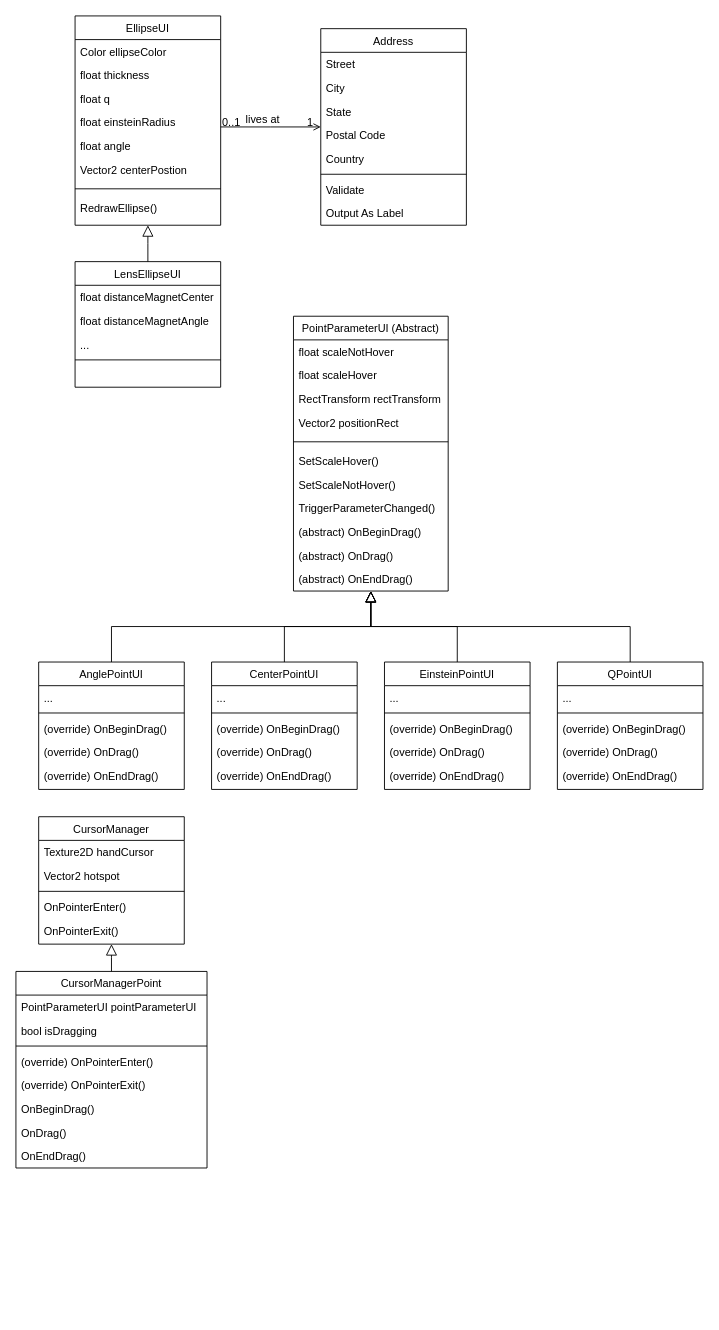
This is IGLOO_Diagram.drawio from shoutizix/DiagramIGLOO, a draw.io file, before an edit. Source tidied: cells renumbered, new cells numbered last; positions are measured from the earlier drawing's top-left corner, leaving out a move shared by most shapes. Both pictures are drawn from the tidied source at 91%, with x=0, y=0 at pixel (15, 15).
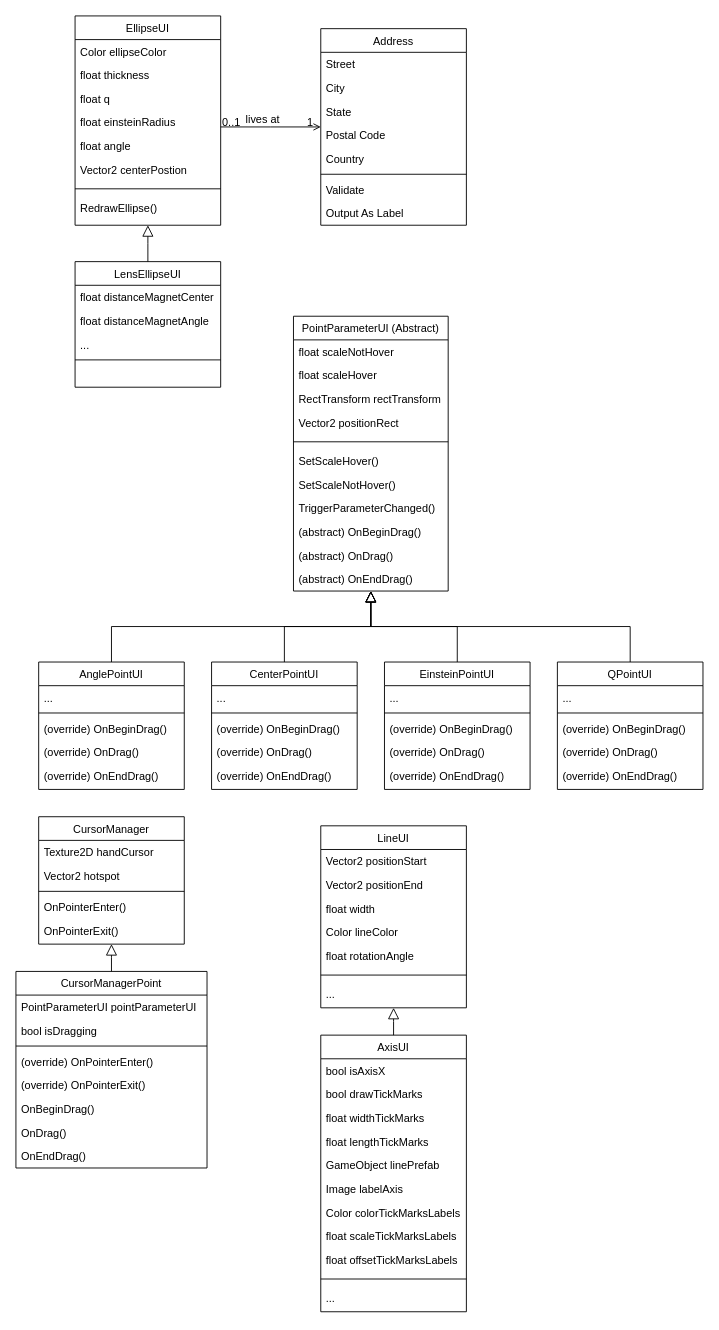
Above is the later version.

Commit message:
LineUI + AxisUI

What changed in the source:
```diff
@@
+    <mxCell id="86" value="LineUI" style="swimlane;fontStyle=0;align=center;verticalAlign=top;horizontal=1;startSize=26;rounded=0;shadow=0;strokeWidth=1;" parent="1" vertex="1">
+      <mxGeometry x="335" y="890" width="160" height="200" as="geometry" />
+    </mxCell>
+    <mxCell id="87" value="Vector2 positionStart" style="text;align=left;verticalAlign=top;spacingLeft=4;spacingRight=4;overflow=hidden;rounded=0;shadow=0;html=0;" parent="86" vertex="1">
+      <mxGeometry y="26" width="160" height="26" as="geometry" />
+    </mxCell>
+    <mxCell id="88" value="Vector2 positionEnd" style="text;align=left;verticalAlign=top;spacingLeft=4;spacingRight=4;overflow=hidden;rounded=0;shadow=0;html=0;" parent="86" vertex="1">
+      <mxGeometry y="52" width="160" height="26" as="geometry" />
+    </mxCell>
+    <mxCell id="89" value="float width" style="text;align=left;verticalAlign=top;spacingLeft=4;spacingRight=4;overflow=hidden;rounded=0;shadow=0;html=0;" parent="86" vertex="1">
+      <mxGeometry y="78" width="160" height="26" as="geometry" />
+    </mxCell>
+    <mxCell id="90" value="Color lineColor" style="text;align=left;verticalAlign=top;spacingLeft=4;spacingRight=4;overflow=hidden;" parent="86" vertex="1">
+      <mxGeometry y="104" width="160" height="26" as="geometry" />
+    </mxCell>
+    <mxCell id="91" value="float rotationAngle" style="text;align=left;verticalAlign=top;spacingLeft=4;spacingRight=4;overflow=hidden;rounded=0;shadow=0;html=0;" parent="86" vertex="1">
+      <mxGeometry y="130" width="160" height="26" as="geometry" />
+    </mxCell>
+    <mxCell id="92" style="line;html=1;strokeWidth=1;align=left;verticalAlign=middle;spacingTop=-1;spacingLeft=3;spacingRight=3;labelPosition=right;" parent="86" vertex="1">
+      <mxGeometry y="156" width="160" height="16" as="geometry" />
+    </mxCell>
+    <mxCell id="93" value="..." style="text;align=left;verticalAlign=top;spacingLeft=4;spacingRight=4;overflow=hidden;" parent="86" vertex="1">
+      <mxGeometry y="172" width="160" height="28" as="geometry" />
+    </mxCell>
+    <mxCell id="94" value="AxisUI" style="swimlane;fontStyle=0;align=center;verticalAlign=top;horizontal=1;startSize=26;rounded=0;shadow=0;strokeWidth=1;" parent="1" vertex="1">
+      <mxGeometry x="335" y="1120" width="160" height="304" as="geometry" />
+    </mxCell>
+    <mxCell id="95" value="bool isAxisX" style="text;align=left;verticalAlign=top;spacingLeft=4;spacingRight=4;overflow=hidden;rounded=0;shadow=0;html=0;" parent="94" vertex="1">
+      <mxGeometry y="26" width="160" height="26" as="geometry" />
+    </mxCell>
+    <mxCell id="96" value="bool drawTickMarks" style="text;align=left;verticalAlign=top;spacingLeft=4;spacingRight=4;overflow=hidden;rounded=0;shadow=0;html=0;" parent="94" vertex="1">
+      <mxGeometry y="52" width="160" height="26" as="geometry" />
+    </mxCell>
+    <mxCell id="97" value="float widthTickMarks" style="text;align=left;verticalAlign=top;spacingLeft=4;spacingRight=4;overflow=hidden;rounded=0;shadow=0;html=0;" parent="94" vertex="1">
+      <mxGeometry y="78" width="160" height="26" as="geometry" />
+    </mxCell>
+    <mxCell id="98" value="float lengthTickMarks" style="text;align=left;verticalAlign=top;spacingLeft=4;spacingRight=4;overflow=hidden;rounded=0;shadow=0;html=0;" parent="94" vertex="1">
+      <mxGeometry y="104" width="160" height="26" as="geometry" />
+    </mxCell>
+    <mxCell id="99" value="GameObject linePrefab" style="text;align=left;verticalAlign=top;spacingLeft=4;spacingRight=4;overflow=hidden;" parent="94" vertex="1">
+      <mxGeometry y="130" width="160" height="26" as="geometry" />
+    </mxCell>
+    <mxCell id="100" value="Image labelAxis" style="text;align=left;verticalAlign=top;spacingLeft=4;spacingRight=4;overflow=hidden;" parent="94" vertex="1">
+      <mxGeometry y="156" width="160" height="26" as="geometry" />
+    </mxCell>
+    <mxCell id="101" value="Color colorTickMarksLabels" style="text;align=left;verticalAlign=top;spacingLeft=4;spacingRight=4;overflow=hidden;" parent="94" vertex="1">
+      <mxGeometry y="182" width="160" height="26" as="geometry" />
+    </mxCell>
+    <mxCell id="102" value="float scaleTickMarksLabels" style="text;align=left;verticalAlign=top;spacingLeft=4;spacingRight=4;overflow=hidden;rounded=0;shadow=0;html=0;" parent="94" vertex="1">
+      <mxGeometry y="208" width="160" height="26" as="geometry" />
+    </mxCell>
+    <mxCell id="103" value="float offsetTickMarksLabels" style="text;align=left;verticalAlign=top;spacingLeft=4;spacingRight=4;overflow=hidden;rounded=0;shadow=0;html=0;" parent="94" vertex="1">
+      <mxGeometry y="234" width="160" height="26" as="geometry" />
+    </mxCell>
+    <mxCell id="104" style="line;html=1;strokeWidth=1;align=left;verticalAlign=middle;spacingTop=-1;spacingLeft=3;spacingRight=3;labelPosition=right;" parent="94" vertex="1">
+      <mxGeometry y="260" width="160" height="16" as="geometry" />
+    </mxCell>
+    <mxCell id="105" value="..." style="text;align=left;verticalAlign=top;spacingLeft=4;spacingRight=4;overflow=hidden;" parent="94" vertex="1">
+      <mxGeometry y="276" width="160" height="28" as="geometry" />
+    </mxCell>
+    <mxCell id="106" style="edgeStyle=elbowEdgeStyle;rounded=0;jettySize=auto;html=1;endArrow=block;endFill=0;elbow=vertical;endSize=10;exitX=0.5;exitY=0;exitDx=0;exitDy=0;" parent="1" edge="1" source="94" target="86">
+      <mxGeometry relative="1" as="geometry" />
+    </mxCell>
```
